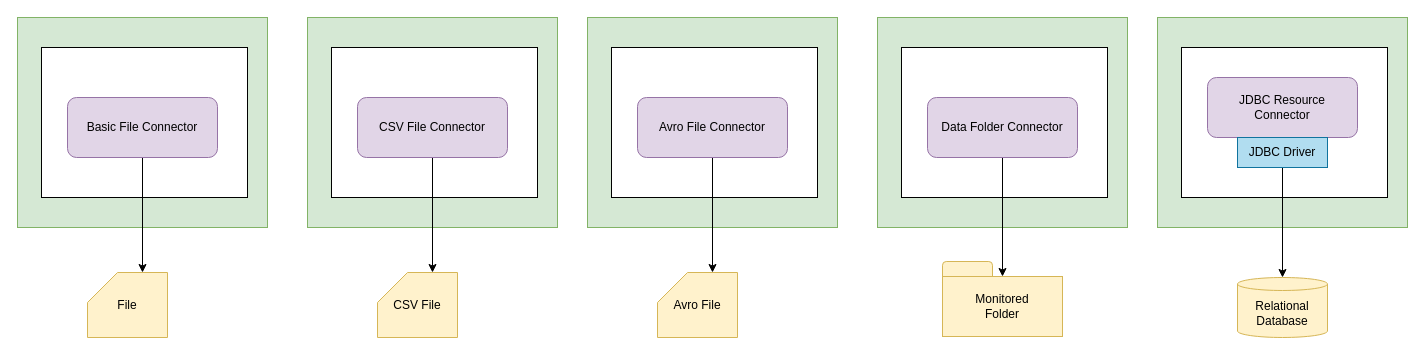
Earlier version of the draw.io diagram page "data-resource-connectors" (5 of 29) of site/docs/connectors/connector-catalog.drawio (odpi/egeria-docs). Source tidied: cells renumbered, new cells numbered last; positions are measured from the earlier drawing's top-left corner, leaving out a move shared by most shapes. Both pictures are drawn from the tidied source at 100%, with x=0, y=0 at pixel (17, 17).
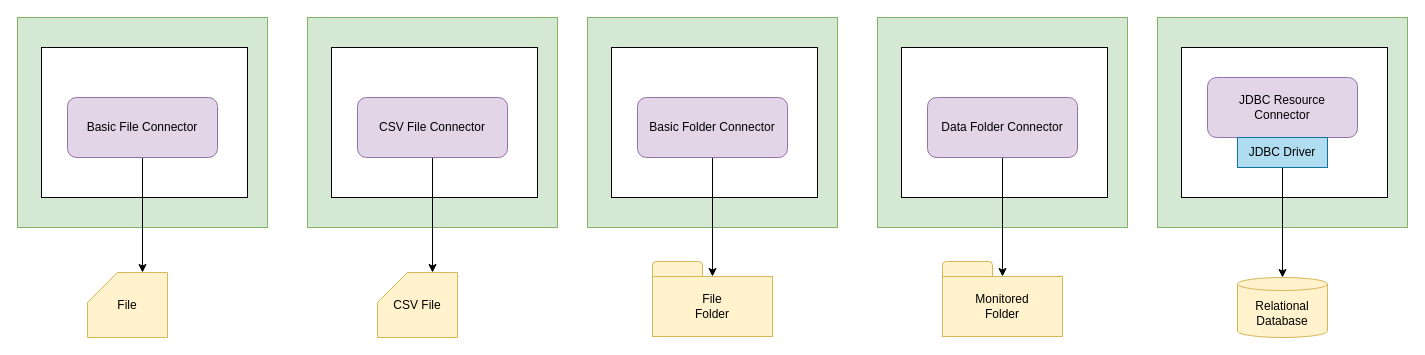
The same diagram, later.

The edit, as a diff of the source:
```diff
@@
-    <mxCell id="4" style="edgeStyle=orthogonalEdgeStyle;rounded=0;jettySize=auto;html=1;entryX=0;entryY=0;entryDx=55;entryDy=0;entryPerimeter=0;" parent="1" edge="1" source="5" target="6">
+    <mxCell id="4" style="edgeStyle=orthogonalEdgeStyle;rounded=0;jettySize=auto;html=1;entryX=0.5;entryY=0;entryDx=0;entryDy=0;" parent="1" edge="1" source="5" target="30">
       <mxGeometry relative="1" as="geometry" />
     </mxCell>
-    <mxCell id="5" value="Avro File Connector" style="rounded=1;whiteSpace=wrap;html=1;fillColor=#e1d5e7;strokeColor=#9673a6;" parent="1" vertex="1">
+    <mxCell id="5" value="Basic Folder Connector" style="rounded=1;whiteSpace=wrap;html=1;fillColor=#e1d5e7;strokeColor=#9673a6;" parent="1" vertex="1">
       <mxGeometry x="620" y="80" width="150" height="60" as="geometry" />
     </mxCell>
-    <mxCell id="6" value="Avro File" style="shape=card;whiteSpace=wrap;html=1;fillColor=#fff2cc;strokeColor=#d6b656;" parent="1" vertex="1">
-      <mxGeometry x="640" y="255" width="80" height="65" as="geometry" />
-    </mxCell>
@@
+    <mxCell id="29" style="rounded=1;whiteSpace=wrap;html=1;fillColor=#fff2cc;strokeColor=#d6b656;" parent="1" vertex="1">
+      <mxGeometry x="635" y="244" width="50" height="25" as="geometry" />
+    </mxCell>
+    <mxCell id="30" value="File&lt;br&gt;Folder" style="rounded=0;whiteSpace=wrap;html=1;fillColor=#fff2cc;strokeColor=#d6b656;" parent="1" vertex="1">
+      <mxGeometry x="635" y="259" width="120" height="60" as="geometry" />
+    </mxCell>
```
